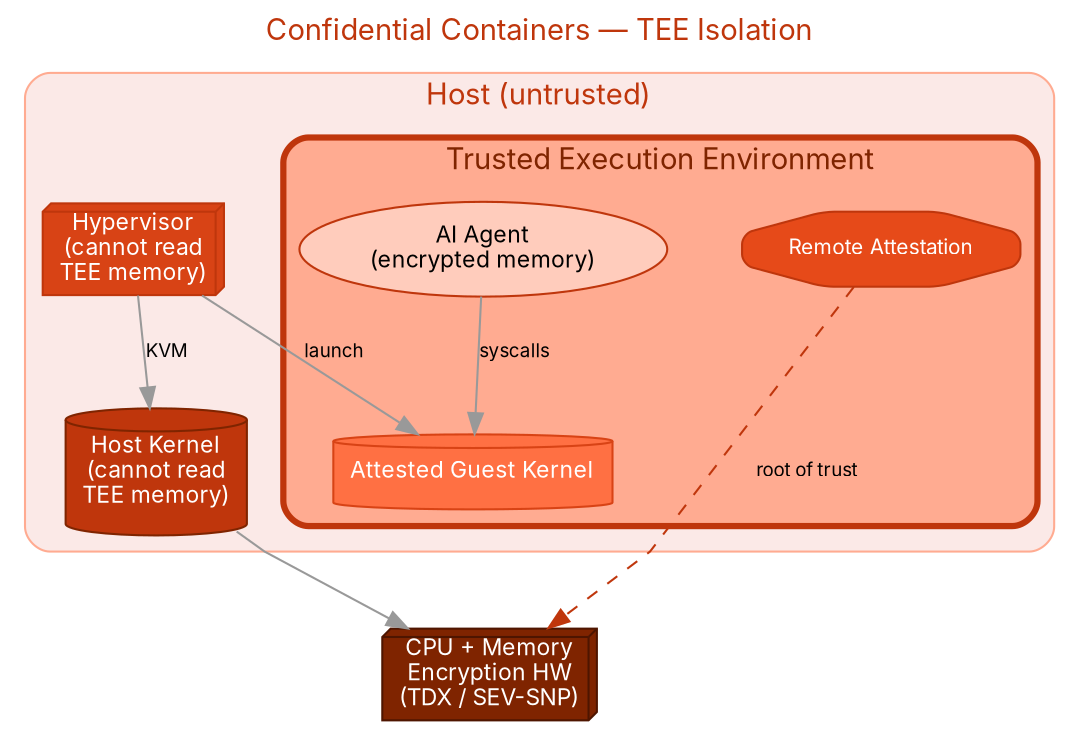
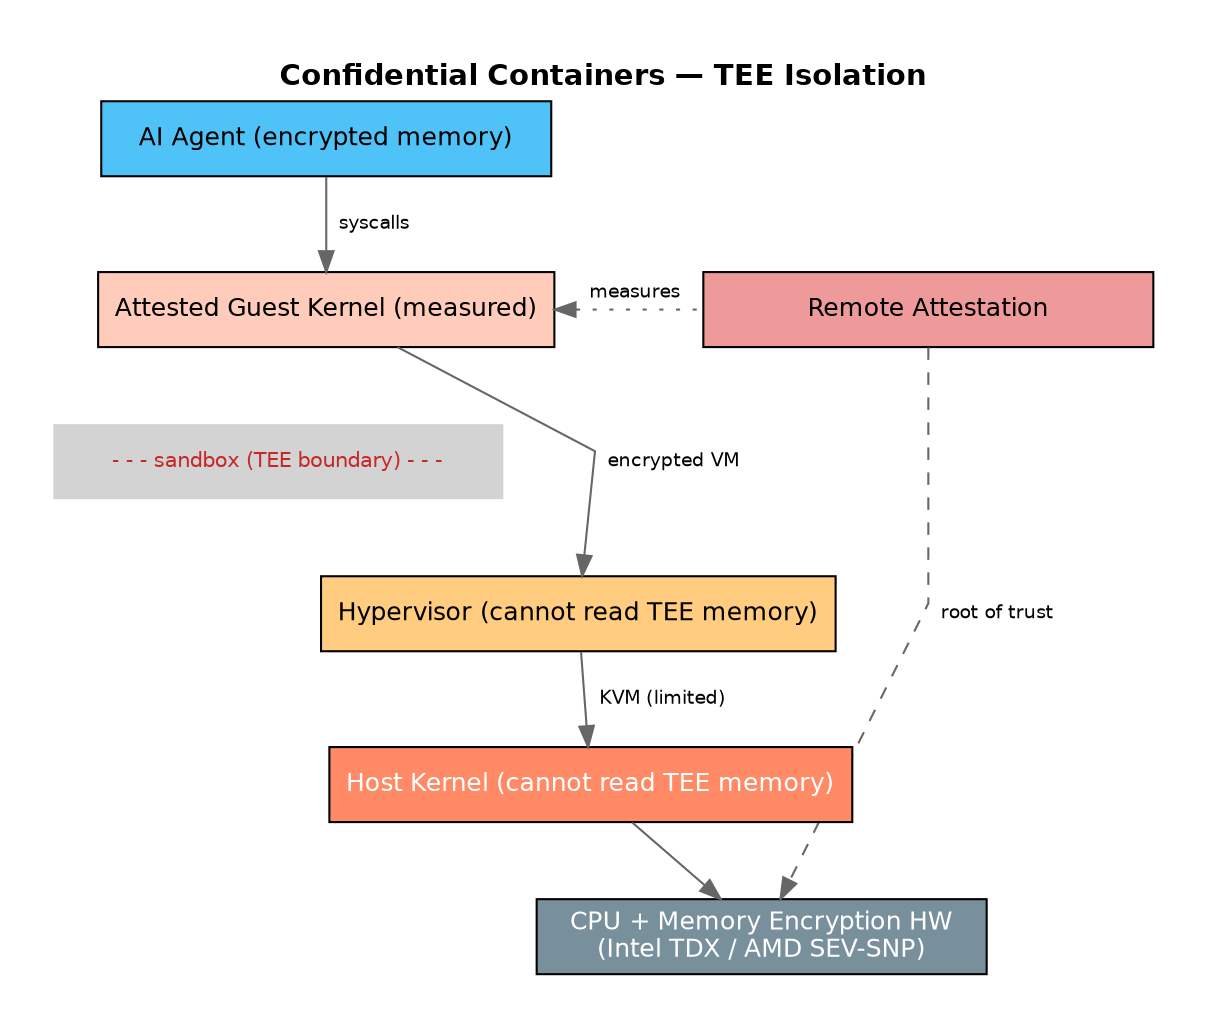
- digraph SandboxCoCo {
+ digraph CoCo {
  rankdir=TB;
-   splines=polyline;
-   nodesep=0.5;
-   ranksep=0.6;
+   splines=false;
+   nodesep=0.3;
+   ranksep=0.5;
  bgcolor="white";
+   margin=0.3;

-   node [shape=box, style="rounded,filled", fontname="Inter,Helvetica,Arial", fontsize=11];
-   edge [fontname="Inter,Helvetica,Arial", fontsize=9, color="#999999"];
+   node [shape=box, style="filled", fontname="Helvetica", fontsize=12, width=3, height=0.5];
+   edge [fontname="Helvetica", fontsize=9, color="#666666"];

  label="Confidential Containers — TEE Isolation";
  labelloc=t;
  fontsize=14;
-   fontname="Inter,Helvetica,Arial";
-   fontcolor="#bf360c";
+   fontname="Helvetica-Bold";

-   subgraph cluster_host {
-     label="Host (untrusted)";
-     style="rounded,filled";
-     fillcolor="#fbe9e7";
-     color="#ffab91";
+   agent [label="AI Agent (encrypted memory)", fillcolor="#4FC3F7"];
+   guest [label="Attested Guest Kernel (measured)", fillcolor="#FFCCBC"];
+   attestation [label="Remote Attestation", fillcolor="#EF9A9A"];

-     subgraph cluster_tee {
-       label="Trusted Execution Environment";
-       style="rounded,bold,filled";
-       fillcolor="#ffab91";
-       color="#bf360c";
-       penwidth=3;
-       fontcolor="#7f2400";
+   sb_label [label="- - - sandbox (TEE boundary) - - -", shape=plaintext, fontsize=10, fontcolor="#C62828"];

-       guest_kernel [label="Attested Guest Kernel", fillcolor="#ff7043", color="#d84315", shape=cylinder, fontcolor=white];
-       agent [label="AI Agent\n(encrypted memory)", fillcolor="#ffccbc", color="#bf360c", shape=ellipse];
-       attestation [label="Remote Attestation", fillcolor="#e64a19", color="#bf360c", shape=octagon, fontcolor=white, fontsize=10];
-     }
+   vmm [label="Hypervisor (cannot read TEE memory)", fillcolor="#FFCC80"];
+   kernel [label="Host Kernel (cannot read TEE memory)", fillcolor="#FF8A65", fontcolor=white];
+   hw [label="CPU + Memory Encryption HW\n(Intel TDX / AMD SEV-SNP)", fillcolor="#78909C", fontcolor=white];

-     hypervisor [label="Hypervisor\n(cannot read\nTEE memory)", fillcolor="#d84315", color="#bf360c", shape=box3d, fontcolor=white];
-     host_kernel [label="Host Kernel\n(cannot read\nTEE memory)", fillcolor="#bf360c", color="#7f2400", shape=cylinder, fontcolor=white];
-   }
- 
-   hw [label="CPU + Memory\nEncryption HW\n(TDX / SEV-SNP)", fillcolor="#7f2400", fontcolor=white, color="#4e1500", shape=box3d];
- 
-   agent -> guest_kernel [label="syscalls"];
-   attestation -> hw [label="root of trust", style=dashed, color="#bf360c"];
-   hypervisor -> guest_kernel [label="launch"];
-   hypervisor -> host_kernel [label="KVM"];
-   host_kernel -> hw;
+   agent -> guest [label="  syscalls"];
+   {rank=same; guest; attestation}
+   guest -> attestation [style=dotted, dir=back, label="  measures"];
+   guest -> sb_label [style=invis];
+   sb_label -> vmm [style=invis];
+   guest -> vmm [label="  encrypted VM"];
+   vmm -> kernel [label="  KVM (limited)"];
+   kernel -> hw;
+   attestation -> hw [style=dashed, label="  root of trust"];
}
